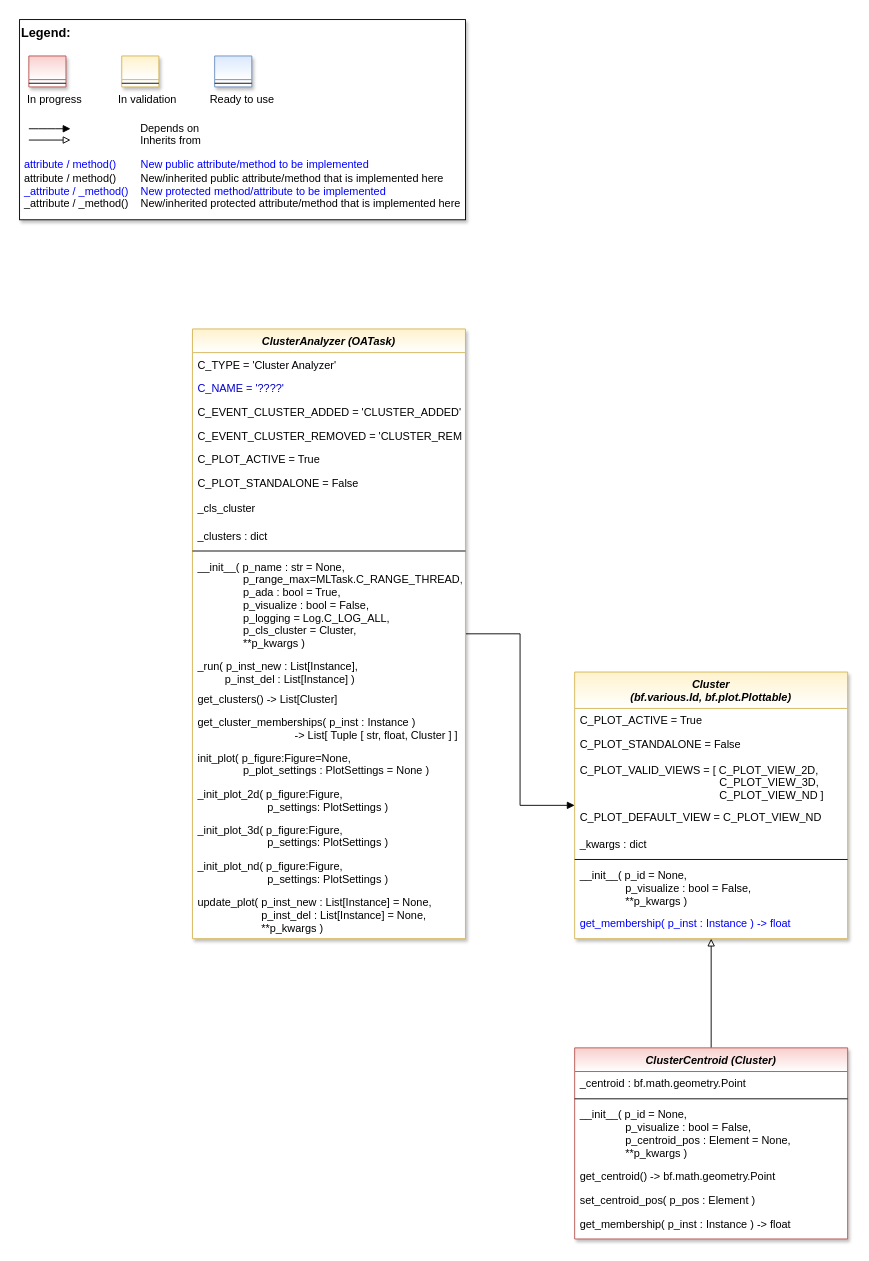
Above: doc/rtd/content/04_appendices/appendix2/sub/core/mlpro_oa/streams/tasks/images/MLPro-OA-Cluster_Analyzers_class_diagram.drawio in fhswf/MLPro (draw.io), before the change. Source tidied: cells renumbered, new cells numbered last; positions are measured from the earlier drawing's top-left corner, leaving out a move shared by most shapes. Both pictures are drawn from the tidied source at 91%, with x=0, y=0 at pixel (19, 19).
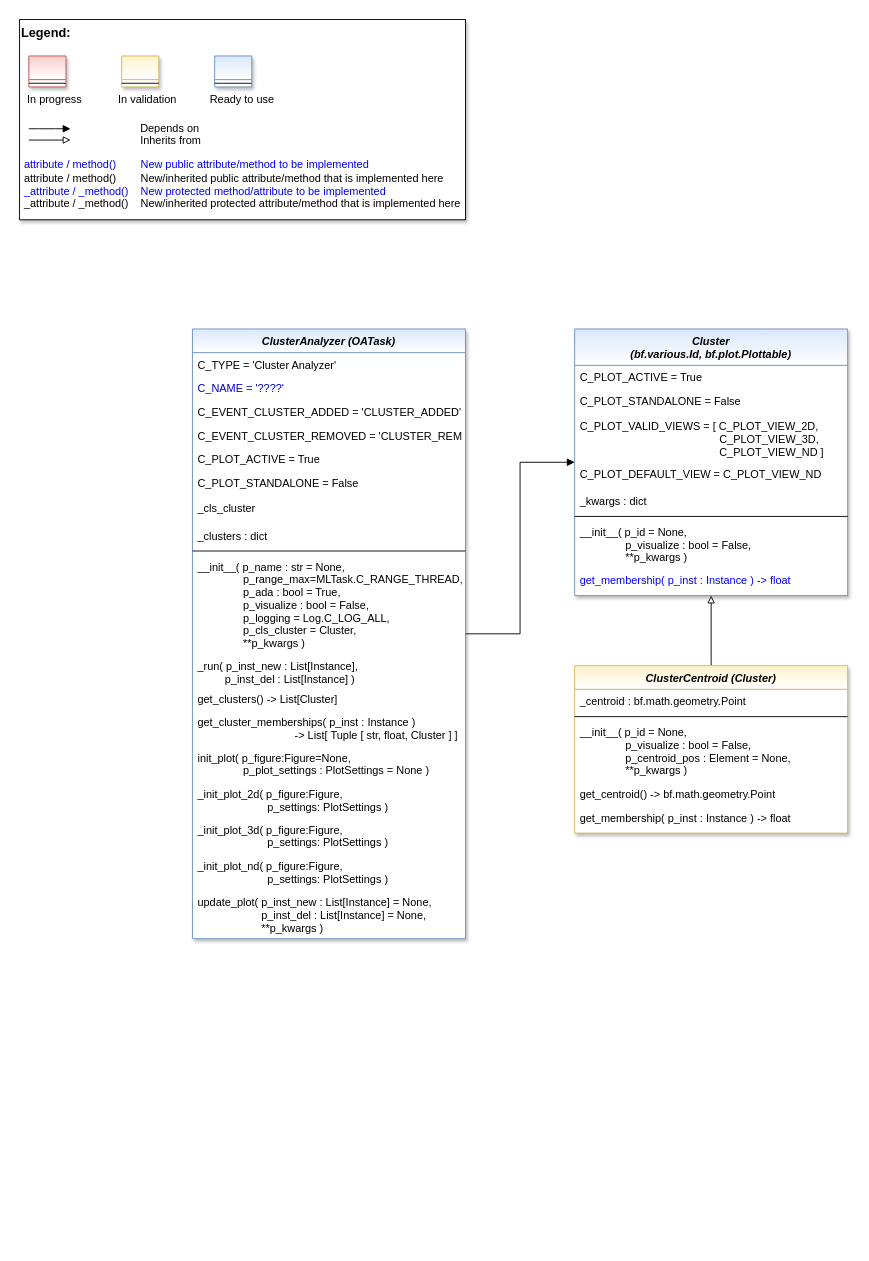
The same page after the edit.

Change to the diagram source:
```diff
@@
-    <mxCell id="13" value="ClusterAnalyzer (OATask)" style="swimlane;fontStyle=3;align=center;verticalAlign=top;horizontal=1;startSize=26;rounded=0;shadow=1;strokeWidth=1;fillColor=#fff2cc;strokeColor=#d6b656;swimlaneFillColor=#ffffff;gradientColor=#FFFFFF;" parent="1" vertex="1">
+    <mxCell id="13" value="ClusterAnalyzer (OATask)" style="swimlane;fontStyle=3;align=center;verticalAlign=top;horizontal=1;startSize=26;rounded=0;shadow=1;strokeWidth=1;fillColor=#dae8fc;strokeColor=#6c8ebf;swimlaneFillColor=#ffffff;gradientColor=#FFFFFF;" parent="1" vertex="1">
       <mxGeometry x="190" y="340" width="300" height="670" as="geometry" />
     </mxCell>
@@
-    <mxCell id="32" value="Cluster &#10;(bf.various.Id, bf.plot.Plottable)" style="swimlane;fontStyle=3;align=center;verticalAlign=top;horizontal=1;startSize=40;rounded=0;shadow=1;strokeWidth=1;fillColor=#fff2cc;strokeColor=#d6b656;swimlaneFillColor=#ffffff;gradientColor=#FFFFFF;" parent="1" vertex="1">
-      <mxGeometry x="610" y="717" width="300" height="293" as="geometry" />
+    <mxCell id="32" value="Cluster &#10;(bf.various.Id, bf.plot.Plottable)" style="swimlane;fontStyle=3;align=center;verticalAlign=top;horizontal=1;startSize=40;rounded=0;shadow=1;strokeWidth=1;fillColor=#dae8fc;strokeColor=#6c8ebf;swimlaneFillColor=#ffffff;gradientColor=#FFFFFF;" parent="1" vertex="1">
+      <mxGeometry x="610" y="340" width="300" height="293" as="geometry" />
     </mxCell>
@@
-    <mxCell id="42" value="ClusterCentroid (Cluster)" style="swimlane;fontStyle=3;align=center;verticalAlign=top;horizontal=1;startSize=26;rounded=0;shadow=1;strokeWidth=1;fillColor=#f8cecc;strokeColor=#b85450;swimlaneFillColor=#ffffff;gradientColor=#ffffff;" parent="1" vertex="1">
-      <mxGeometry x="610" y="1130" width="300" height="210" as="geometry" />
+    <mxCell id="42" value="ClusterCentroid (Cluster)" style="swimlane;fontStyle=3;align=center;verticalAlign=top;horizontal=1;startSize=26;rounded=0;shadow=1;strokeWidth=1;fillColor=#fff2cc;strokeColor=#d6b656;swimlaneFillColor=#ffffff;gradientColor=#FFFFFF;" parent="1" vertex="1">
+      <mxGeometry x="610" y="710" width="300" height="184" as="geometry" />
     </mxCell>
@@
-    <mxCell id="47" value="set_centroid_pos( p_pos : Element )" style="text;align=left;verticalAlign=top;spacingLeft=4;spacingRight=4;overflow=hidden;" parent="42" vertex="1">
-      <mxGeometry y="154" width="300" height="26" as="geometry" />
-    </mxCell>
     <mxCell id="48" value="get_membership( p_inst : Instance ) -&gt; float" style="text;align=left;verticalAlign=top;spacingLeft=4;spacingRight=4;overflow=hidden;fontColor=default;" parent="42" vertex="1">
-      <mxGeometry y="180" width="300" height="30" as="geometry" />
+      <mxGeometry y="154" width="300" height="30" as="geometry" />
     </mxCell>
```
